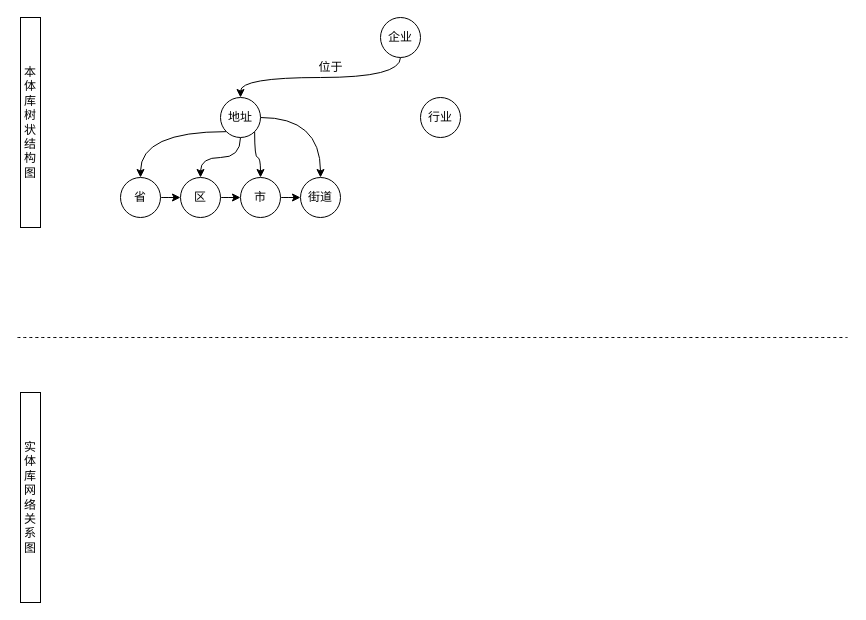
CastleDream/Blog_Study keeps this draw.io diagram as Untitled Diagram.drawio. Above is the earlier version. Source tidied: cells renumbered, new cells numbered last; positions are measured from the earlier drawing's top-left corner, leaving out a move shared by most shapes. Both pictures are drawn from the tidied source at 100%, with x=0, y=0 at pixel (17, 17).
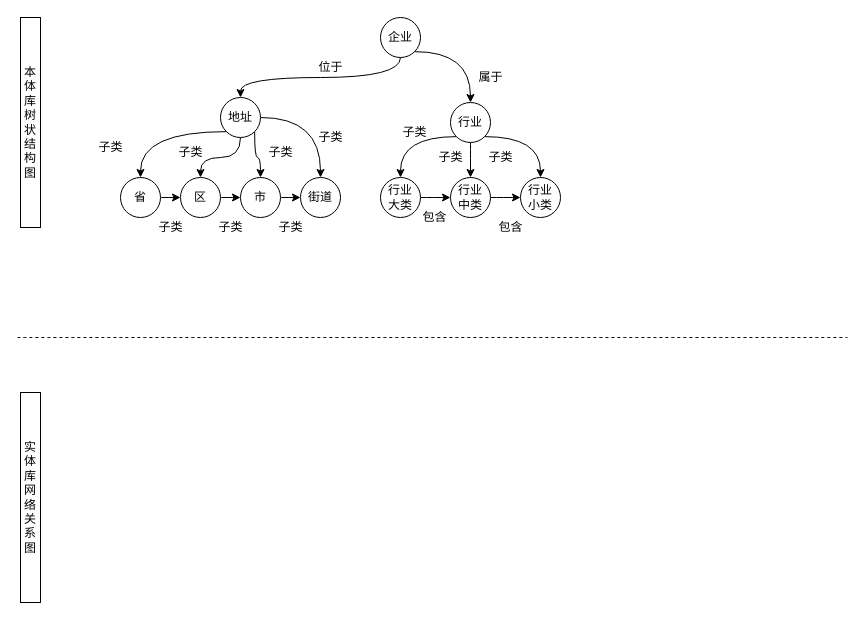
The same page after the edit.

The change refers to these unchanged cells:
```xml
<mxCell id="3" value="企业" style="ellipse;whiteSpace=wrap;html=1;" parent="1" vertex="1">
  <mxGeometry x="363" width="40" height="40" as="geometry" />
</mxCell>
```

The edit, as a diff of the source:
```diff
@@
+    <mxCell id="21" style="edgeStyle=orthogonalEdgeStyle;curved=1;rounded=0;jettySize=auto;html=1;exitX=1;exitY=1;exitDx=0;exitDy=0;entryX=0.5;entryY=0;entryDx=0;entryDy=0;" parent="1" edge="1" source="3" target="20">
+      <mxGeometry relative="1" as="geometry" />
+    </mxCell>
@@
+    <mxCell id="22" style="edgeStyle=orthogonalEdgeStyle;curved=1;rounded=0;jettySize=auto;html=1;exitX=0;exitY=1;exitDx=0;exitDy=0;entryX=0.5;entryY=0;entryDx=0;entryDy=0;" parent="1" edge="1" source="20" target="26">
+      <mxGeometry relative="1" as="geometry" />
+    </mxCell>
+    <mxCell id="23" style="edgeStyle=orthogonalEdgeStyle;curved=1;rounded=0;jettySize=auto;html=1;exitX=0.5;exitY=1;exitDx=0;exitDy=0;entryX=0.5;entryY=0;entryDx=0;entryDy=0;" parent="1" edge="1" source="20" target="28">
+      <mxGeometry relative="1" as="geometry" />
+    </mxCell>
+    <mxCell id="24" style="edgeStyle=orthogonalEdgeStyle;curved=1;rounded=0;jettySize=auto;html=1;exitX=1;exitY=1;exitDx=0;exitDy=0;entryX=0.5;entryY=0;entryDx=0;entryDy=0;" parent="1" edge="1" source="20" target="29">
+      <mxGeometry relative="1" as="geometry" />
+    </mxCell>
     <mxCell id="20" value="行业" style="ellipse;whiteSpace=wrap;html=1;" parent="1" vertex="1">
-      <mxGeometry x="403" y="80" width="40" height="40" as="geometry" />
+      <mxGeometry x="433" y="85" width="40" height="40" as="geometry" />
     </mxCell>
+    <mxCell id="25" style="edgeStyle=orthogonalEdgeStyle;curved=1;rounded=0;jettySize=auto;html=1;exitX=1;exitY=0.5;exitDx=0;exitDy=0;entryX=0;entryY=0.5;entryDx=0;entryDy=0;" parent="1" edge="1" source="26" target="28">
+      <mxGeometry relative="1" as="geometry" />
+    </mxCell>
+    <mxCell id="26" value="行业&lt;br&gt;大类" style="ellipse;whiteSpace=wrap;html=1;" parent="1" vertex="1">
+      <mxGeometry x="363" y="160" width="40" height="40" as="geometry" />
+    </mxCell>
+    <mxCell id="27" style="edgeStyle=orthogonalEdgeStyle;curved=1;rounded=0;jettySize=auto;html=1;exitX=1;exitY=0.5;exitDx=0;exitDy=0;entryX=0;entryY=0.5;entryDx=0;entryDy=0;" parent="1" edge="1" source="28" target="29">
+      <mxGeometry relative="1" as="geometry" />
+    </mxCell>
+    <mxCell id="28" value="行业&lt;br&gt;中类" style="ellipse;whiteSpace=wrap;html=1;" parent="1" vertex="1">
+      <mxGeometry x="433" y="160" width="40" height="40" as="geometry" />
+    </mxCell>
+    <mxCell id="29" value="行业&lt;br&gt;小类" style="ellipse;whiteSpace=wrap;html=1;" parent="1" vertex="1">
+      <mxGeometry x="503" y="160" width="40" height="40" as="geometry" />
+    </mxCell>
+    <mxCell id="30" value="属于" style="text;html=1;align=center;verticalAlign=middle;fillColor=none;strokeColor=none;rounded=0;" parent="1" vertex="1">
+      <mxGeometry x="453" y="50" width="40" height="20" as="geometry" />
+    </mxCell>
+    <mxCell id="31" value="子类" style="text;html=1;align=center;verticalAlign=middle;fillColor=none;strokeColor=none;rounded=0;" parent="1" vertex="1">
+      <mxGeometry x="133" y="200" width="40" height="20" as="geometry" />
+    </mxCell>
+    <mxCell id="32" value="子类" style="text;html=1;align=center;verticalAlign=middle;fillColor=none;strokeColor=none;rounded=0;" parent="1" vertex="1">
+      <mxGeometry x="193" y="200" width="40" height="20" as="geometry" />
+    </mxCell>
+    <mxCell id="33" value="子类" style="text;html=1;align=center;verticalAlign=middle;fillColor=none;strokeColor=none;rounded=0;" parent="1" vertex="1">
+      <mxGeometry x="253" y="200" width="40" height="20" as="geometry" />
+    </mxCell>
+    <mxCell id="34" value="子类" style="text;html=1;align=center;verticalAlign=middle;fillColor=none;strokeColor=none;rounded=0;" parent="1" vertex="1">
+      <mxGeometry x="73" y="120" width="40" height="20" as="geometry" />
+    </mxCell>
+    <mxCell id="35" value="子类" style="text;html=1;align=center;verticalAlign=middle;fillColor=none;strokeColor=none;rounded=0;" parent="1" vertex="1">
+      <mxGeometry x="153" y="125" width="40" height="20" as="geometry" />
+    </mxCell>
+    <mxCell id="36" value="子类" style="text;html=1;align=center;verticalAlign=middle;fillColor=none;strokeColor=none;rounded=0;" parent="1" vertex="1">
+      <mxGeometry x="243" y="125" width="40" height="20" as="geometry" />
+    </mxCell>
+    <mxCell id="37" value="子类" style="text;html=1;align=center;verticalAlign=middle;fillColor=none;strokeColor=none;rounded=0;" parent="1" vertex="1">
+      <mxGeometry x="293" y="110" width="40" height="20" as="geometry" />
+    </mxCell>
+    <mxCell id="38" value="子类" style="text;html=1;align=center;verticalAlign=middle;fillColor=none;strokeColor=none;rounded=0;" parent="1" vertex="1">
+      <mxGeometry x="377" y="105" width="40" height="20" as="geometry" />
+    </mxCell>
+    <mxCell id="39" value="子类" style="text;html=1;align=center;verticalAlign=middle;fillColor=none;strokeColor=none;rounded=0;" parent="1" vertex="1">
+      <mxGeometry x="413" y="130" width="40" height="20" as="geometry" />
+    </mxCell>
+    <mxCell id="40" value="子类" style="text;html=1;align=center;verticalAlign=middle;fillColor=none;strokeColor=none;rounded=0;" parent="1" vertex="1">
+      <mxGeometry x="463" y="130" width="40" height="20" as="geometry" />
+    </mxCell>
+    <mxCell id="41" value="包含" style="text;html=1;align=center;verticalAlign=middle;fillColor=none;strokeColor=none;rounded=0;" parent="1" vertex="1">
+      <mxGeometry x="397" y="190" width="40" height="20" as="geometry" />
+    </mxCell>
+    <mxCell id="42" value="包含" style="text;html=1;align=center;verticalAlign=middle;fillColor=none;strokeColor=none;rounded=0;" parent="1" vertex="1">
+      <mxGeometry x="473" y="200" width="40" height="20" as="geometry" />
+    </mxCell>
```
